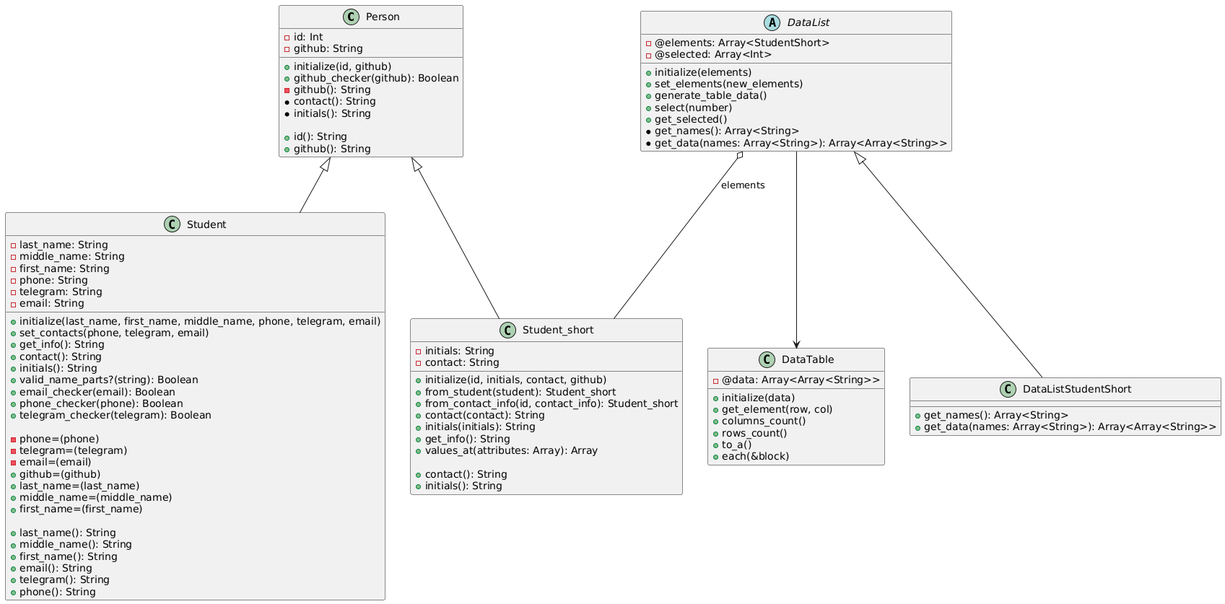
temawm/patterns keeps this PlantUML diagram as Models_class/diagram.png. Above is the earlier version.
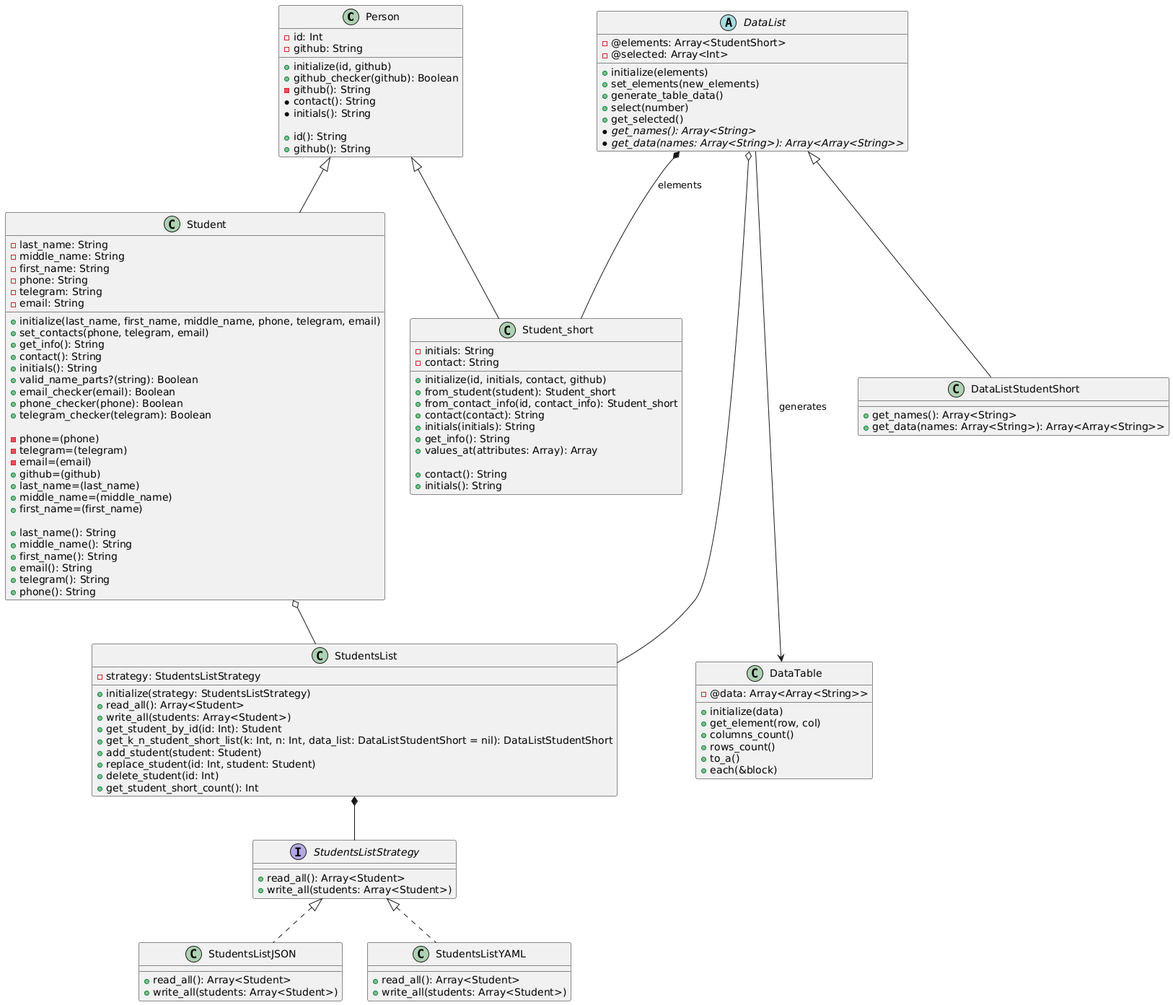
Above is the later version.

Commit message:
lab4_task3: add strategy pattern in student_list

The edit, as a diff of the source:
```diff
@@ -71,8 +71,8 @@
     + generate_table_data()
     + select(number)
     + get_selected()
-    * get_names(): Array<String>
-    * get_data(names: Array<String>): Array<Array<String>>
+    {abstract} * get_names(): Array<String>
+    {abstract} * get_data(names: Array<String>): Array<Array<String>>
 }
 
 class DataTable {
@@ -91,6 +91,39 @@
 }
 
 DataList <|-- DataListStudentShort
-DataList --> DataTable
-DataList o-- Student_short : "elements"
+DataList ---> DataTable : "generates"
+DataList *-- Student_short : "elements"
+
+class StudentsList {
+    - strategy: StudentsListStrategy
+    + initialize(strategy: StudentsListStrategy)
+    + read_all(): Array<Student>
+    + write_all(students: Array<Student>)
+    + get_student_by_id(id: Int): Student
+    + get_k_n_student_short_list(k: Int, n: Int, data_list: DataListStudentShort = nil): DataListStudentShort
+    + add_student(student: Student)
+    + replace_student(id: Int, student: Student)
+    + delete_student(id: Int)
+    + get_student_short_count(): Int
+}
+
+interface StudentsListStrategy {
+    + read_all(): Array<Student>
+    + write_all(students: Array<Student>)
+}
+
+class StudentsListJSON {
+    + read_all(): Array<Student>
+    + write_all(students: Array<Student>)
+}
+
+class StudentsListYAML {
+    + read_all(): Array<Student>
+    + write_all(students: Array<Student>)
+}
+DataList o-- StudentsList
+Student o-- StudentsList
+StudentsList *-- StudentsListStrategy
+StudentsListStrategy <|.. StudentsListJSON
+StudentsListStrategy <|.. StudentsListYAML
 @enduml
```
